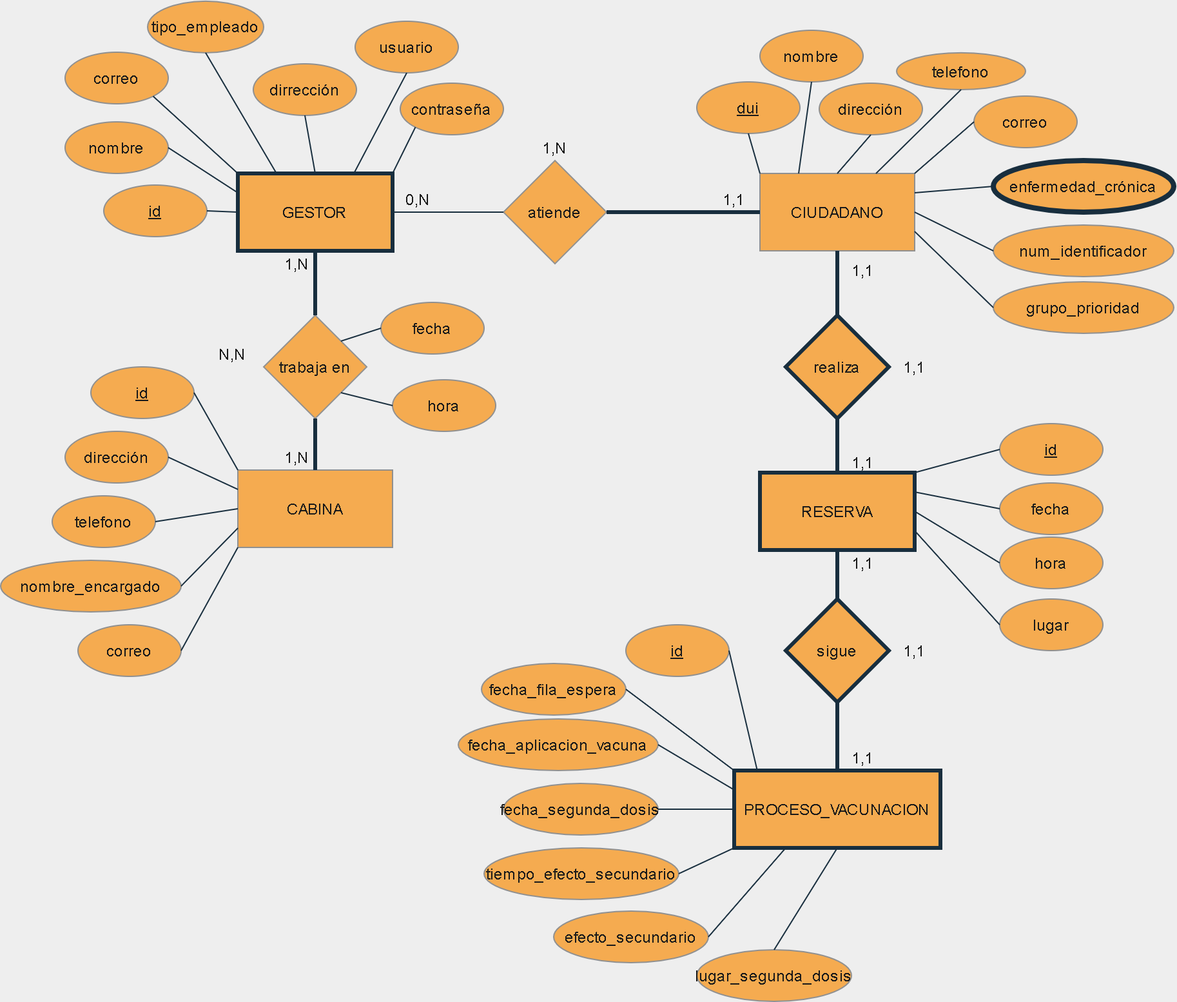
Earlier version of the draw.io export Bases de Datos/Diagrama ER.png (UCASV/proyecto-final-grupo-27). Source tidied: cells renumbered, new cells last; positions are measured from the earlier drawing's top-left corner, leaving out a move shared by most shapes.
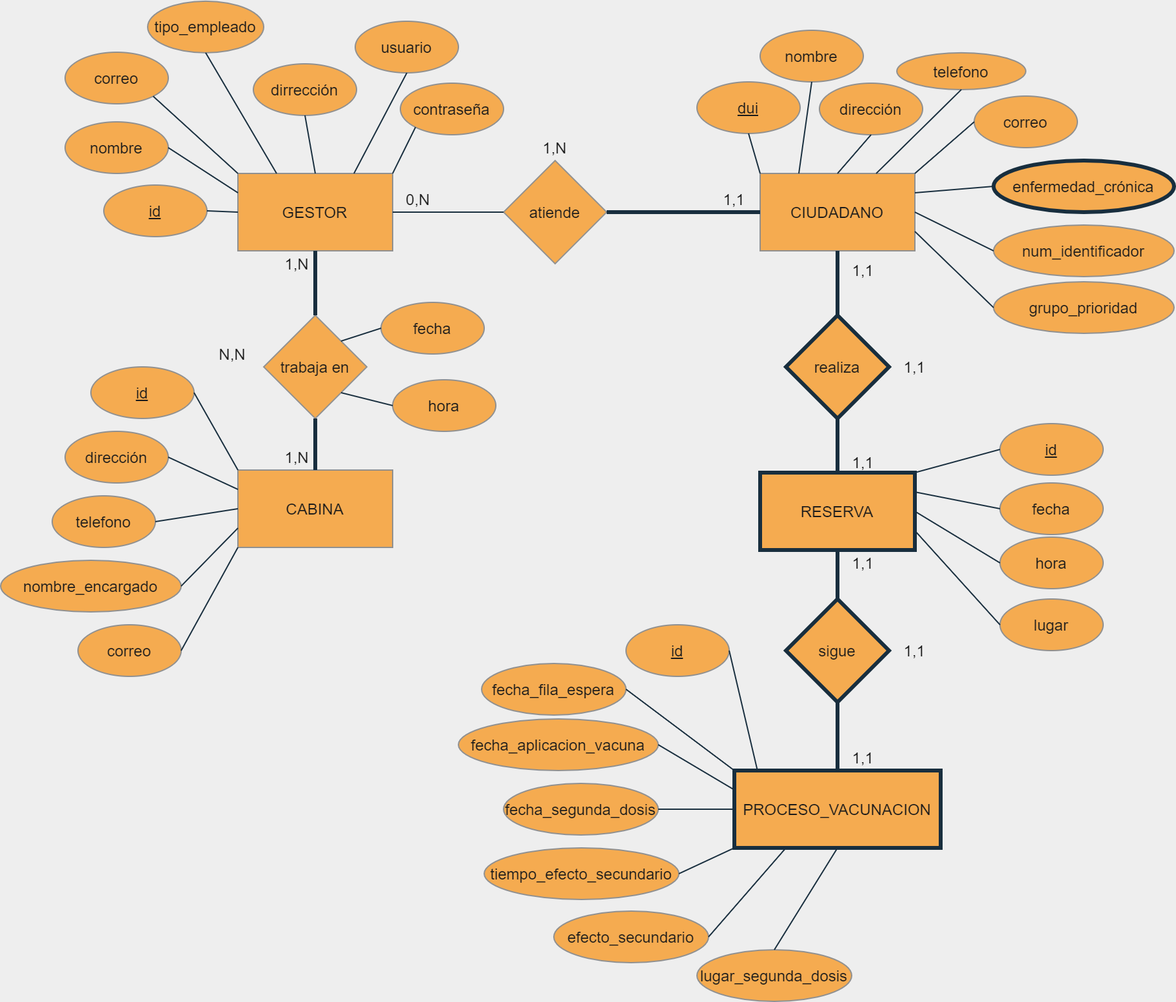
After the commit.

Change to the diagram source:
```diff
@@ -17,7 +17,7 @@
     <mxCell id="6" value="tipo_empleado" style="ellipse;whiteSpace=wrap;html=1;fillColor=#F5AB50;strokeColor=#909090;fontColor=#1A1A1A;" parent="1" vertex="1">
       <mxGeometry x="114" y="0.4" width="90" height="40" as="geometry" />
     </mxCell>
-    <mxCell id="7" value="GESTOR" style="rounded=0;whiteSpace=wrap;html=1;strokeWidth=3;fillColor=#F5AB50;fontColor=#1A1A1A;strokeColor=#182E3E;" parent="1" vertex="1">
+    <mxCell id="7" value="GESTOR" style="rounded=0;whiteSpace=wrap;html=1;strokeWidth=1;fillColor=#F5AB50;fontColor=#1A1A1A;strokeColor=#909090;" parent="1" vertex="1">
       <mxGeometry x="184" y="134" width="120" height="60" as="geometry" />
     </mxCell>
     <mxCell id="8" value="usuario" style="ellipse;whiteSpace=wrap;html=1;fillColor=#F5AB50;strokeColor=#909090;fontColor=#1A1A1A;" parent="1" vertex="1">
@@ -50,7 +50,7 @@
     <mxCell id="17" value="atiende" style="rhombus;whiteSpace=wrap;html=1;strokeWidth=1;fillColor=#F5AB50;strokeColor=#909090;fontColor=#1A1A1A;" parent="1" vertex="1">
       <mxGeometry x="390" y="124" width="80" height="80" as="geometry" />
     </mxCell>
-    <mxCell id="18" value="CIUDADANO" style="rounded=0;whiteSpace=wrap;html=1;strokeWidth=1;fillColor=#F5AB50;strokeColor=#909090;fontColor=#1A1A1A;" parent="1" vertex="1">
+    <mxCell id="18" value="CIUDADANO" style="rounded=0;whiteSpace=wrap;html=1;strokeWidth=1;fillColor=#F5AB50;fontColor=#1A1A1A;strokeColor=#909090;" parent="1" vertex="1">
       <mxGeometry x="589" y="134" width="120" height="60" as="geometry" />
     </mxCell>
     <mxCell id="19" value="dui" style="ellipse;whiteSpace=wrap;html=1;fontStyle=4;fillColor=#F5AB50;strokeColor=#909090;fontColor=#1A1A1A;" parent="1" vertex="1">
@@ -68,7 +68,7 @@
     <mxCell id="23" value="correo" style="ellipse;whiteSpace=wrap;html=1;fillColor=#F5AB50;strokeColor=#909090;fontColor=#1A1A1A;" parent="1" vertex="1">
       <mxGeometry x="755" y="74" width="80" height="40" as="geometry" />
     </mxCell>
-    <mxCell id="24" value="enfermedad_crónica" style="ellipse;whiteSpace=wrap;html=1;strokeWidth=4;fillColor=#F5AB50;fontColor=#1A1A1A;strokeColor=#182E3E;" parent="1" vertex="1">
+    <mxCell id="24" value="enfermedad_crónica" style="ellipse;whiteSpace=wrap;html=1;strokeWidth=3;fillColor=#F5AB50;fontColor=#1A1A1A;strokeColor=#182E3E;" parent="1" vertex="1">
       <mxGeometry x="770" y="124" width="140" height="40" as="geometry" />
     </mxCell>
     <mxCell id="25" value="num_identificador" style="ellipse;whiteSpace=wrap;html=1;fillColor=#F5AB50;strokeColor=#909090;fontColor=#1A1A1A;" parent="1" vertex="1">
```
